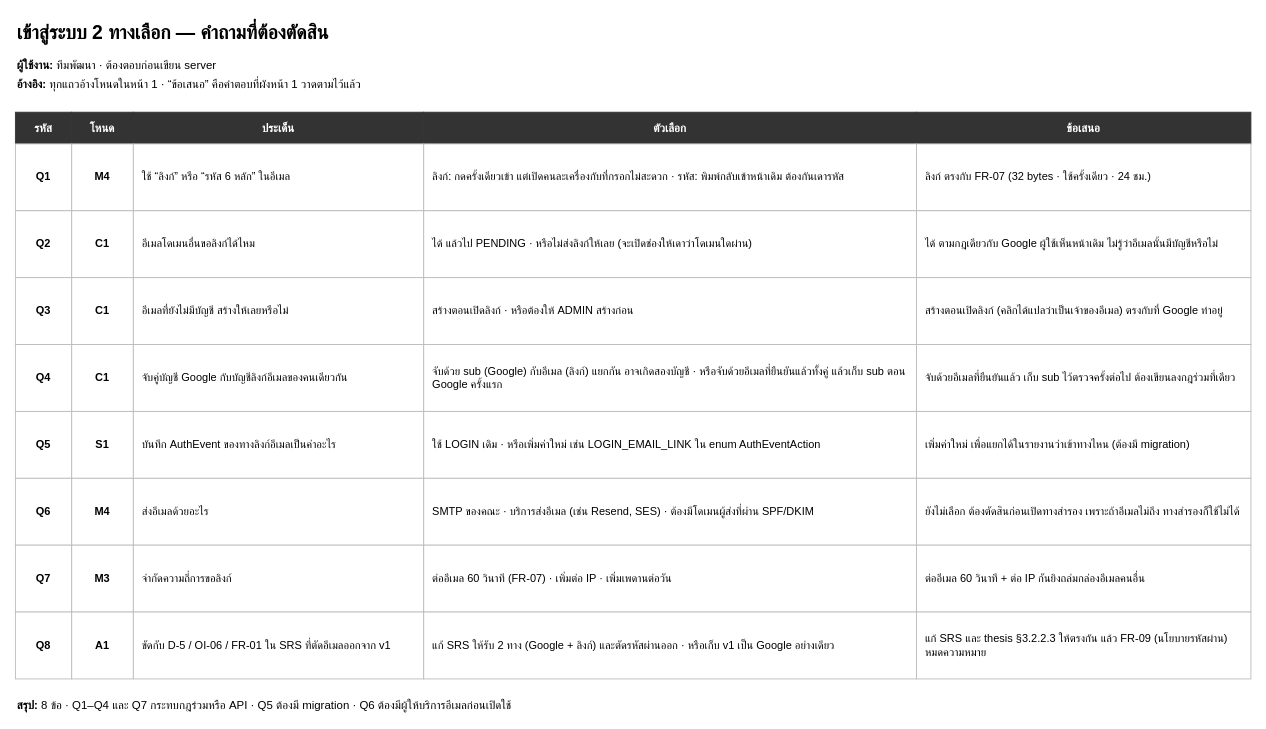
This is page "2 · คำถามที่ต้องตัดสิน" (3 of 3) of docs/diagrams/flowchart/CMAS-Flowchart-AuthMethods.drawio from SIET-KMITL-INCEPTIO/CMAS-CLO, a draw.io file, before an edit. Source tidied: cells renumbered, new cells numbered last; positions are measured from the earlier drawing's top-left corner, leaving out a move shared by most shapes. Both pictures are drawn from the tidied source at 88%, with x=0, y=0 at pixel (15, 15).
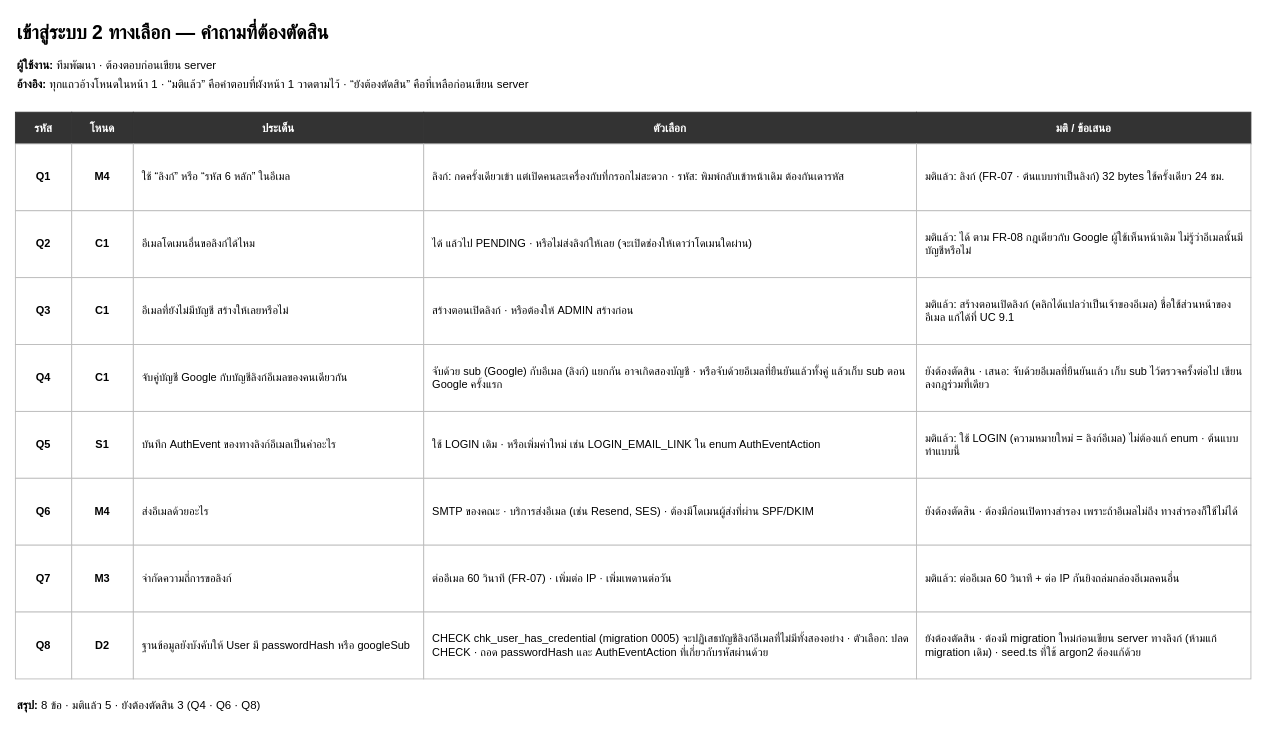
After the change.

Diff of the diagram source:
```diff
@@
-    <mxCell id="4" value="&lt;b&gt;อ้างอิง:&lt;/b&gt; ทุกแถวอ้างโหนดในหน้า 1 · “ข้อเสนอ” คือคำตอบที่ผังหน้า 1 วาดตามไว้แล้ว" style="text;html=1;whiteSpace=wrap;align=left;verticalAlign=top;fontSize=13;" parent="1" vertex="1">
+    <mxCell id="4" value="&lt;b&gt;อ้างอิง:&lt;/b&gt; ทุกแถวอ้างโหนดในหน้า 1 · “มติแล้ว” คือคำตอบที่ผังหน้า 1 วาดตามไว้ · “ยังต้องตัดสิน” คือที่เหลือก่อนเขียน server" style="text;html=1;whiteSpace=wrap;align=left;verticalAlign=top;fontSize=13;" parent="1" vertex="1">
       <mxGeometry y="64" width="1100" height="22" as="geometry" />
     </mxCell>
@@
-    <mxCell id="9" value="ข้อเสนอ" style="whiteSpace=wrap;html=1;fillColor=#333333;strokeColor=#333333;fontColor=#FFFFFF;fontStyle=1;fontSize=13;" parent="1" vertex="1">
+    <mxCell id="9" value="มติ / ข้อเสนอ" style="whiteSpace=wrap;html=1;fillColor=#333333;strokeColor=#333333;fontColor=#FFFFFF;fontStyle=1;fontSize=13;" parent="1" vertex="1">
       <mxGeometry x="1024" y="110" width="380" height="36" as="geometry" />
     </mxCell>
@@
-    <mxCell id="14" value="ลิงก์ ตรงกับ FR-07 (32 bytes · ใช้ครั้งเดียว · 24 ชม.)" style="whiteSpace=wrap;html=1;fillColor=#FFFFFF;strokeColor=#BBBBBB;align=left;verticalAlign=middle;spacingLeft=8;spacingRight=6;fontSize=12.5;" parent="1" vertex="1">
+    <mxCell id="14" value="มติแล้ว: ลิงก์ (FR-07 · ต้นแบบทำเป็นลิงก์) 32 bytes ใช้ครั้งเดียว 24 ชม." style="whiteSpace=wrap;html=1;fillColor=#FFFFFF;strokeColor=#BBBBBB;align=left;verticalAlign=middle;spacingLeft=8;spacingRight=6;fontSize=12.5;" parent="1" vertex="1">
       <mxGeometry x="1024" y="146" width="380" height="76" as="geometry" />
     </mxCell>
@@
-    <mxCell id="19" value="ได้ ตามกฎเดียวกับ Google ผู้ใช้เห็นหน้าเดิม ไม่รู้ว่าอีเมลนั้นมีบัญชีหรือไม่" style="whiteSpace=wrap;html=1;fillColor=#FFFFFF;strokeColor=#BBBBBB;align=left;verticalAlign=middle;spacingLeft=8;spacingRight=6;fontSize=12.5;" parent="1" vertex="1">
+    <mxCell id="19" value="มติแล้ว: ได้ ตาม FR-08 กฎเดียวกับ Google ผู้ใช้เห็นหน้าเดิม ไม่รู้ว่าอีเมลนั้นมีบัญชีหรือไม่" style="whiteSpace=wrap;html=1;fillColor=#FFFFFF;strokeColor=#BBBBBB;align=left;verticalAlign=middle;spacingLeft=8;spacingRight=6;fontSize=12.5;" parent="1" vertex="1">
       <mxGeometry x="1024" y="222" width="380" height="76" as="geometry" />
     </mxCell>
@@
-    <mxCell id="24" value="สร้างตอนเปิดลิงก์ (คลิกได้แปลว่าเป็นเจ้าของอีเมล) ตรงกับที่ Google ทำอยู่" style="whiteSpace=wrap;html=1;fillColor=#FFFFFF;strokeColor=#BBBBBB;align=left;verticalAlign=middle;spacingLeft=8;spacingRight=6;fontSize=12.5;" parent="1" vertex="1">
+    <mxCell id="24" value="มติแล้ว: สร้างตอนเปิดลิงก์ (คลิกได้แปลว่าเป็นเจ้าของอีเมล) ชื่อใช้ส่วนหน้าของอีเมล แก้ได้ที่ UC 9.1" style="whiteSpace=wrap;html=1;fillColor=#FFFFFF;strokeColor=#BBBBBB;align=left;verticalAlign=middle;spacingLeft=8;spacingRight=6;fontSize=12.5;" parent="1" vertex="1">
       <mxGeometry x="1024" y="298" width="380" height="76" as="geometry" />
     </mxCell>
@@
-    <mxCell id="29" value="จับด้วยอีเมลที่ยืนยันแล้ว เก็บ sub ไว้ตรวจครั้งต่อไป ต้องเขียนลงกฎร่วมที่เดียว" style="whiteSpace=wrap;html=1;fillColor=#FFFFFF;strokeColor=#BBBBBB;align=left;verticalAlign=middle;spacingLeft=8;spacingRight=6;fontSize=12.5;" parent="1" vertex="1">
+    <mxCell id="29" value="ยังต้องตัดสิน · เสนอ: จับด้วยอีเมลที่ยืนยันแล้ว เก็บ sub ไว้ตรวจครั้งต่อไป เขียนลงกฎร่วมที่เดียว" style="whiteSpace=wrap;html=1;fillColor=#FFFFFF;strokeColor=#BBBBBB;align=left;verticalAlign=middle;spacingLeft=8;spacingRight=6;fontSize=12.5;" parent="1" vertex="1">
       <mxGeometry x="1024" y="374" width="380" height="76" as="geometry" />
     </mxCell>
@@
-    <mxCell id="34" value="เพิ่มค่าใหม่ เพื่อแยกได้ในรายงานว่าเข้าทางไหน (ต้องมี migration)" style="whiteSpace=wrap;html=1;fillColor=#FFFFFF;strokeColor=#BBBBBB;align=left;verticalAlign=middle;spacingLeft=8;spacingRight=6;fontSize=12.5;" parent="1" vertex="1">
+    <mxCell id="34" value="มติแล้ว: ใช้ LOGIN (ความหมายใหม่ = ลิงก์อีเมล) ไม่ต้องแก้ enum · ต้นแบบทำแบบนี้" style="whiteSpace=wrap;html=1;fillColor=#FFFFFF;strokeColor=#BBBBBB;align=left;verticalAlign=middle;spacingLeft=8;spacingRight=6;fontSize=12.5;" parent="1" vertex="1">
       <mxGeometry x="1024" y="450" width="380" height="76" as="geometry" />
     </mxCell>
@@
-    <mxCell id="39" value="ยังไม่เลือก ต้องตัดสินก่อนเปิดทางสำรอง เพราะถ้าอีเมลไม่ถึง ทางสำรองก็ใช้ไม่ได้" style="whiteSpace=wrap;html=1;fillColor=#FFFFFF;strokeColor=#BBBBBB;align=left;verticalAlign=middle;spacingLeft=8;spacingRight=6;fontSize=12.5;" parent="1" vertex="1">
+    <mxCell id="39" value="ยังต้องตัดสิน · ต้องมีก่อนเปิดทางสำรอง เพราะถ้าอีเมลไม่ถึง ทางสำรองก็ใช้ไม่ได้" style="whiteSpace=wrap;html=1;fillColor=#FFFFFF;strokeColor=#BBBBBB;align=left;verticalAlign=middle;spacingLeft=8;spacingRight=6;fontSize=12.5;" parent="1" vertex="1">
       <mxGeometry x="1024" y="526" width="380" height="76" as="geometry" />
     </mxCell>
@@
-    <mxCell id="44" value="ต่ออีเมล 60 วินาที + ต่อ IP กันยิงถล่มกล่องอีเมลคนอื่น" style="whiteSpace=wrap;html=1;fillColor=#FFFFFF;strokeColor=#BBBBBB;align=left;verticalAlign=middle;spacingLeft=8;spacingRight=6;fontSize=12.5;" parent="1" vertex="1">
+    <mxCell id="44" value="มติแล้ว: ต่ออีเมล 60 วินาที + ต่อ IP กันยิงถล่มกล่องอีเมลคนอื่น" style="whiteSpace=wrap;html=1;fillColor=#FFFFFF;strokeColor=#BBBBBB;align=left;verticalAlign=middle;spacingLeft=8;spacingRight=6;fontSize=12.5;" parent="1" vertex="1">
       <mxGeometry x="1024" y="602" width="380" height="76" as="geometry" />
     </mxCell>
@@
-    <mxCell id="46" value="A1" style="whiteSpace=wrap;html=1;fillColor=#FFFFFF;strokeColor=#BBBBBB;align=center;verticalAlign=middle;fontSize=12.5;fontStyle=1;" parent="1" vertex="1">
+    <mxCell id="46" value="D2" style="whiteSpace=wrap;html=1;fillColor=#FFFFFF;strokeColor=#BBBBBB;align=center;verticalAlign=middle;fontSize=12.5;fontStyle=1;" parent="1" vertex="1">
       <mxGeometry x="64" y="678" width="70" height="76" as="geometry" />
     </mxCell>
-    <mxCell id="47" value="ขัดกับ D-5 / OI-06 / FR-01 ใน SRS ที่ตัดอีเมลออกจาก v1" style="whiteSpace=wrap;html=1;fillColor=#FFFFFF;strokeColor=#BBBBBB;align=left;verticalAlign=middle;spacingLeft=8;spacingRight=6;fontSize=12.5;" parent="1" vertex="1">
+    <mxCell id="47" value="ฐานข้อมูลยังบังคับให้ User มี passwordHash หรือ googleSub" style="whiteSpace=wrap;html=1;fillColor=#FFFFFF;strokeColor=#BBBBBB;align=left;verticalAlign=middle;spacingLeft=8;spacingRight=6;fontSize=12.5;" parent="1" vertex="1">
       <mxGeometry x="134" y="678" width="330" height="76" as="geometry" />
     </mxCell>
-    <mxCell id="48" value="แก้ SRS ให้รับ 2 ทาง (Google + ลิงก์) และตัดรหัสผ่านออก · หรือเก็บ v1 เป็น Google อย่างเดียว" style="whiteSpace=wrap;html=1;fillColor=#FFFFFF;strokeColor=#BBBBBB;align=left;verticalAlign=middle;spacingLeft=8;spacingRight=6;fontSize=12.5;" parent="1" vertex="1">
+    <mxCell id="48" value="CHECK chk_user_has_credential (migration 0005) จะปฏิเสธบัญชีลิงก์อีเมลที่ไม่มีทั้งสองอย่าง · ตัวเลือก: ปลด CHECK · ถอด passwordHash และ AuthEventAction ที่เกี่ยวกับรหัสผ่านด้วย" style="whiteSpace=wrap;html=1;fillColor=#FFFFFF;strokeColor=#BBBBBB;align=left;verticalAlign=middle;spacingLeft=8;spacingRight=6;fontSize=12.5;" parent="1" vertex="1">
       <mxGeometry x="464" y="678" width="560" height="76" as="geometry" />
     </mxCell>
-    <mxCell id="49" value="แก้ SRS และ thesis §3.2.2.3 ให้ตรงกัน แล้ว FR-09 (นโยบายรหัสผ่าน) หมดความหมาย" style="whiteSpace=wrap;html=1;fillColor=#FFFFFF;strokeColor=#BBBBBB;align=left;verticalAlign=middle;spacingLeft=8;spacingRight=6;fontSize=12.5;" parent="1" vertex="1">
+    <mxCell id="49" value="ยังต้องตัดสิน · ต้องมี migration ใหม่ก่อนเขียน server ทางลิงก์ (ห้ามแก้ migration เดิม) · seed.ts ที่ใช้ argon2 ต้องแก้ด้วย" style="whiteSpace=wrap;html=1;fillColor=#FFFFFF;strokeColor=#BBBBBB;align=left;verticalAlign=middle;spacingLeft=8;spacingRight=6;fontSize=12.5;" parent="1" vertex="1">
       <mxGeometry x="1024" y="678" width="380" height="76" as="geometry" />
     </mxCell>
-    <mxCell id="50" value="&lt;b&gt;สรุป:&lt;/b&gt; 8 ข้อ · Q1–Q4 และ Q7 กระทบกฎร่วมหรือ API · Q5 ต้องมี migration · Q6 ต้องมีผู้ให้บริการอีเมลก่อนเปิดใช้" style="text;html=1;whiteSpace=wrap;align=left;verticalAlign=top;fontSize=13;" parent="1" vertex="1">
+    <mxCell id="50" value="&lt;b&gt;สรุป:&lt;/b&gt; 8 ข้อ · มติแล้ว 5 · ยังต้องตัดสิน 3 (Q4 · Q6 · Q8)" style="text;html=1;whiteSpace=wrap;align=left;verticalAlign=top;fontSize=13;" parent="1" vertex="1">
       <mxGeometry y="770" width="1300" height="24" as="geometry" />
     </mxCell>
```
